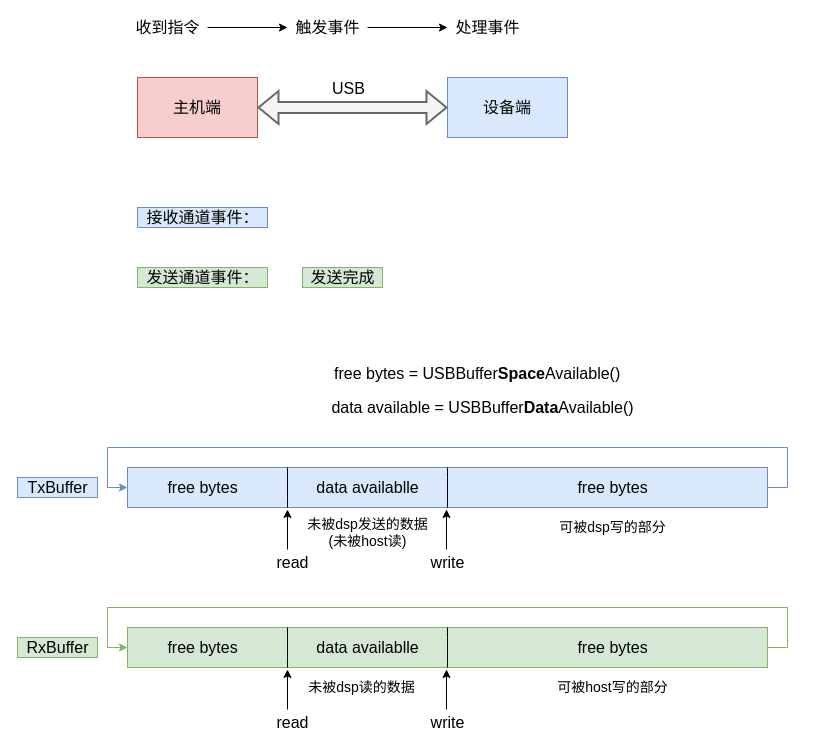
Before: page "草稿纸" (6 of 6) of Untitled Diagram.drawio in fuxinsen/test, a draw.io diagram. Source tidied: cells renumbered, new cells numbered last; positions are measured from the earlier drawing's top-left corner, leaving out a move shared by most shapes. Both pictures are drawn from the tidied source at 100%, with x=0, y=0 at pixel (17, 17).
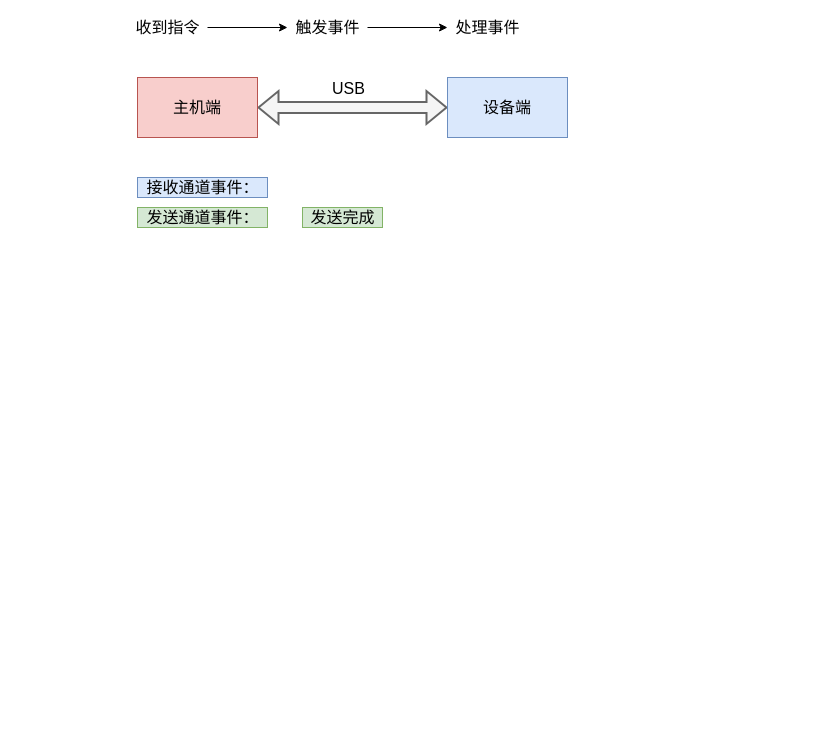
After the change.

What changed in the source:
```diff
@@
     <mxCell id="11" value="接收通道事件：" style="text;html=1;align=center;verticalAlign=middle;strokeColor=#6c8ebf;fontSize=16;fillColor=#dae8fc;" parent="1" vertex="1">
-      <mxGeometry x="120" y="190" width="130" height="20" as="geometry" />
+      <mxGeometry x="120" y="160" width="130" height="20" as="geometry" />
     </mxCell>
     <mxCell id="12" value="发送通道事件：" style="text;html=1;align=center;verticalAlign=middle;fontSize=16;fillColor=#d5e8d4;strokeColor=#82b366;" parent="1" vertex="1">
-      <mxGeometry x="120" y="250" width="130" height="20" as="geometry" />
+      <mxGeometry x="120" y="190" width="130" height="20" as="geometry" />
     </mxCell>
     <mxCell id="13" value="发送完成" style="text;html=1;align=center;verticalAlign=middle;strokeColor=#82b366;fontSize=16;fillColor=#d5e8d4;" parent="1" vertex="1">
-      <mxGeometry x="285" y="250" width="80" height="20" as="geometry" />
+      <mxGeometry x="285" y="190" width="80" height="20" as="geometry" />
     </mxCell>
-    <mxCell id="14" style="rounded=0;whiteSpace=wrap;html=1;shadow=0;fontSize=16;startSize=0;strokeColor=#6c8ebf;strokeWidth=1;fillColor=#dae8fc;" parent="1" vertex="1">
-      <mxGeometry x="110" y="450" width="640" height="40" as="geometry" />
-    </mxCell>
-    <mxCell id="15" value="TxBuffer" style="text;html=1;align=center;verticalAlign=middle;strokeColor=#6c8ebf;fontSize=16;fillColor=#dae8fc;" parent="1" vertex="1">
-      <mxGeometry y="460" width="80" height="20" as="geometry" />
-    </mxCell>
-    <mxCell id="16" style="edgeStyle=orthogonalEdgeStyle;rounded=0;orthogonalLoop=1;jettySize=auto;html=1;exitX=0.25;exitY=1;exitDx=0;exitDy=0;entryX=0.25;entryY=0;entryDx=0;entryDy=0;fontSize=16;fontColor=#82B366;startArrow=none;startFill=0;endArrow=none;endFill=0;strokeWidth=1;" parent="1" edge="1" source="14" target="14">
-      <mxGeometry relative="1" as="geometry">
-        <Array as="points">
-          <mxPoint x="270" y="480" />
-          <mxPoint x="270" y="480" />
-        </Array>
-      </mxGeometry>
-    </mxCell>
-    <mxCell id="17" style="edgeStyle=orthogonalEdgeStyle;rounded=0;orthogonalLoop=1;jettySize=auto;html=1;exitX=0.5;exitY=1;exitDx=0;exitDy=0;entryX=0.5;entryY=0;entryDx=0;entryDy=0;fontSize=16;fontColor=#82B366;startArrow=none;startFill=0;endArrow=none;endFill=0;strokeWidth=1;" parent="1" edge="1" source="14" target="14">
-      <mxGeometry relative="1" as="geometry">
-        <Array as="points">
-          <mxPoint x="430" y="460" />
-          <mxPoint x="430" y="460" />
-        </Array>
-      </mxGeometry>
-    </mxCell>
-    <mxCell id="18" style="endArrow=classic;html=1;fontSize=16;fontColor=#82B366;strokeWidth=1;" parent="1" edge="1">
-      <mxGeometry relative="1" as="geometry">
-        <mxPoint x="270" y="532" as="sourcePoint" />
-        <mxPoint x="270" y="492" as="targetPoint" />
-      </mxGeometry>
-    </mxCell>
-    <mxCell id="19" style="endArrow=classic;html=1;fontSize=16;fontColor=#82B366;strokeWidth=1;" parent="1" edge="1">
-      <mxGeometry relative="1" as="geometry">
-        <mxPoint x="429" y="532" as="sourcePoint" />
-        <mxPoint x="429" y="492" as="targetPoint" />
-      </mxGeometry>
-    </mxCell>
-    <mxCell id="20" value="data availablle" style="text;html=1;align=center;verticalAlign=middle;strokeColor=none;fontSize=16;" parent="1" vertex="1">
-      <mxGeometry x="290" y="460" width="120" height="20" as="geometry" />
-    </mxCell>
-    <mxCell id="21" value="read&lt;br&gt;" style="text;html=1;align=center;verticalAlign=middle;strokeColor=none;fontSize=16;fontColor=#000000;" parent="1" vertex="1">
-      <mxGeometry x="250" y="535" width="50" height="20" as="geometry" />
-    </mxCell>
-    <mxCell id="22" value="write" style="text;html=1;align=center;verticalAlign=middle;strokeColor=none;fontSize=16;fontColor=#000000;" parent="1" vertex="1">
-      <mxGeometry x="405" y="535" width="50" height="20" as="geometry" />
-    </mxCell>
-    <mxCell id="23" value="free bytes" style="text;html=1;align=center;verticalAlign=middle;strokeColor=none;fontSize=16;fontColor=#000000;" parent="1" vertex="1">
-      <mxGeometry x="550" y="460" width="90" height="20" as="geometry" />
-    </mxCell>
-    <mxCell id="24" value="free bytes" style="text;html=1;align=center;verticalAlign=middle;strokeColor=none;fontSize=16;fontColor=#000000;" parent="1" vertex="1">
-      <mxGeometry x="140" y="460" width="90" height="20" as="geometry" />
-    </mxCell>
-    <mxCell id="25" value="free bytes = USBBuffer&lt;b&gt;Space&lt;/b&gt;Available()" style="text;whiteSpace=wrap;html=1;fontSize=16;fontColor=#000000;" parent="1" vertex="1">
-      <mxGeometry x="315" y="340" width="300" height="30" as="geometry" />
-    </mxCell>
-    <mxCell id="26" value="data available = USBBuffer&lt;b&gt;Data&lt;/b&gt;Available()" style="text;html=1;align=center;verticalAlign=middle;strokeColor=none;fontSize=16;fontColor=#000000;" parent="1" vertex="1">
-      <mxGeometry x="305" y="380" width="320" height="20" as="geometry" />
-    </mxCell>
-    <mxCell id="27" value="未被dsp发送的数据&lt;br style=&quot;font-size: 14px&quot;&gt;(未被host读)" style="text;html=1;align=center;verticalAlign=middle;strokeColor=none;fontSize=14;fontColor=#000000;" parent="1" vertex="1">
-      <mxGeometry x="280" y="495" width="140" height="40" as="geometry" />
-    </mxCell>
-    <mxCell id="28" style="rounded=0;whiteSpace=wrap;html=1;shadow=0;fontSize=16;startSize=0;strokeColor=#82b366;strokeWidth=1;fillColor=#d5e8d4;" parent="1" vertex="1">
-      <mxGeometry x="110" y="610" width="640" height="40" as="geometry" />
-    </mxCell>
-    <mxCell id="29" value="RxBuffer" style="text;html=1;align=center;verticalAlign=middle;strokeColor=#82b366;fontSize=16;fillColor=#d5e8d4;" parent="1" vertex="1">
-      <mxGeometry y="620" width="80" height="20" as="geometry" />
-    </mxCell>
-    <mxCell id="30" style="edgeStyle=orthogonalEdgeStyle;rounded=0;orthogonalLoop=1;jettySize=auto;html=1;exitX=0.25;exitY=1;exitDx=0;exitDy=0;entryX=0.25;entryY=0;entryDx=0;entryDy=0;fontSize=16;fontColor=#82B366;startArrow=none;startFill=0;endArrow=none;endFill=0;strokeWidth=1;" parent="1" edge="1" source="28" target="28">
-      <mxGeometry relative="1" as="geometry">
-        <Array as="points">
-          <mxPoint x="270" y="640" />
-          <mxPoint x="270" y="640" />
-        </Array>
-      </mxGeometry>
-    </mxCell>
-    <mxCell id="31" style="edgeStyle=orthogonalEdgeStyle;rounded=0;orthogonalLoop=1;jettySize=auto;html=1;exitX=0.5;exitY=1;exitDx=0;exitDy=0;entryX=0.5;entryY=0;entryDx=0;entryDy=0;fontSize=16;fontColor=#82B366;startArrow=none;startFill=0;endArrow=none;endFill=0;strokeWidth=1;" parent="1" edge="1" source="28" target="28">
-      <mxGeometry relative="1" as="geometry">
-        <Array as="points">
-          <mxPoint x="430" y="620" />
-          <mxPoint x="430" y="620" />
-        </Array>
-      </mxGeometry>
-    </mxCell>
-    <mxCell id="32" style="endArrow=classic;html=1;fontSize=16;fontColor=#82B366;strokeWidth=1;" parent="1" edge="1">
-      <mxGeometry relative="1" as="geometry">
-        <mxPoint x="270" y="692" as="sourcePoint" />
-        <mxPoint x="270" y="652" as="targetPoint" />
-      </mxGeometry>
-    </mxCell>
-    <mxCell id="33" style="endArrow=classic;html=1;fontSize=16;fontColor=#82B366;strokeWidth=1;" parent="1" edge="1">
-      <mxGeometry relative="1" as="geometry">
-        <mxPoint x="429" y="692" as="sourcePoint" />
-        <mxPoint x="429" y="652" as="targetPoint" />
-      </mxGeometry>
-    </mxCell>
-    <mxCell id="34" value="data availablle" style="text;html=1;align=center;verticalAlign=middle;strokeColor=none;fontSize=16;" parent="1" vertex="1">
-      <mxGeometry x="290" y="620" width="120" height="20" as="geometry" />
-    </mxCell>
-    <mxCell id="35" value="read&lt;br&gt;" style="text;html=1;align=center;verticalAlign=middle;strokeColor=none;fontSize=16;fontColor=#000000;" parent="1" vertex="1">
-      <mxGeometry x="250" y="695" width="50" height="20" as="geometry" />
-    </mxCell>
-    <mxCell id="36" value="write" style="text;html=1;align=center;verticalAlign=middle;strokeColor=none;fontSize=16;fontColor=#000000;" parent="1" vertex="1">
-      <mxGeometry x="405" y="695" width="50" height="20" as="geometry" />
-    </mxCell>
-    <mxCell id="37" value="free bytes" style="text;html=1;align=center;verticalAlign=middle;strokeColor=none;fontSize=16;fontColor=#000000;" parent="1" vertex="1">
-      <mxGeometry x="550" y="620" width="90" height="20" as="geometry" />
-    </mxCell>
-    <mxCell id="38" value="free bytes" style="text;html=1;align=center;verticalAlign=middle;strokeColor=none;fontSize=16;fontColor=#000000;" parent="1" vertex="1">
-      <mxGeometry x="140" y="620" width="90" height="20" as="geometry" />
-    </mxCell>
-    <mxCell id="39" value="未被dsp读的数据" style="text;html=1;align=center;verticalAlign=middle;strokeColor=none;fontSize=14;fontColor=#000000;" parent="1" vertex="1">
-      <mxGeometry x="284" y="660" width="120" height="20" as="geometry" />
-    </mxCell>
-    <mxCell id="40" value="可被host写的部分" style="text;html=1;align=center;verticalAlign=middle;strokeColor=none;fontSize=14;fontColor=#000000;" parent="1" vertex="1">
-      <mxGeometry x="530" y="660" width="130" height="20" as="geometry" />
-    </mxCell>
-    <mxCell id="41" style="edgeStyle=orthogonalEdgeStyle;rounded=0;orthogonalLoop=1;jettySize=auto;html=1;exitX=1;exitY=0.5;exitDx=0;exitDy=0;entryX=0;entryY=0.5;entryDx=0;entryDy=0;fontSize=14;fontColor=#000000;startArrow=none;startFill=0;endArrow=classic;endFill=1;strokeWidth=1;fillColor=#d5e8d4;strokeColor=#82b366;" parent="1" edge="1" source="28" target="28">
-      <mxGeometry relative="1" as="geometry">
-        <Array as="points">
-          <mxPoint x="770" y="630" />
-          <mxPoint x="770" y="590" />
-          <mxPoint x="90" y="590" />
-          <mxPoint x="90" y="630" />
-        </Array>
-      </mxGeometry>
-    </mxCell>
-    <mxCell id="42" style="edgeStyle=orthogonalEdgeStyle;rounded=0;orthogonalLoop=1;jettySize=auto;html=1;exitX=1;exitY=0.5;exitDx=0;exitDy=0;entryX=0;entryY=0.5;entryDx=0;entryDy=0;fontSize=14;fontColor=#000000;startArrow=none;startFill=0;endArrow=classic;endFill=1;strokeWidth=1;fillColor=#dae8fc;strokeColor=#6c8ebf;" parent="1" edge="1" source="14" target="14">
-      <mxGeometry relative="1" as="geometry">
-        <Array as="points">
-          <mxPoint x="770" y="470" />
-          <mxPoint x="770" y="430" />
-          <mxPoint x="90" y="430" />
-          <mxPoint x="90" y="470" />
-        </Array>
-      </mxGeometry>
-    </mxCell>
-    <mxCell id="43" value="可被dsp写的部分" style="text;html=1;align=center;verticalAlign=middle;strokeColor=none;fontSize=14;fontColor=#000000;" parent="1" vertex="1">
-      <mxGeometry x="535" y="500" width="120" height="20" as="geometry" />
-    </mxCell>
```
